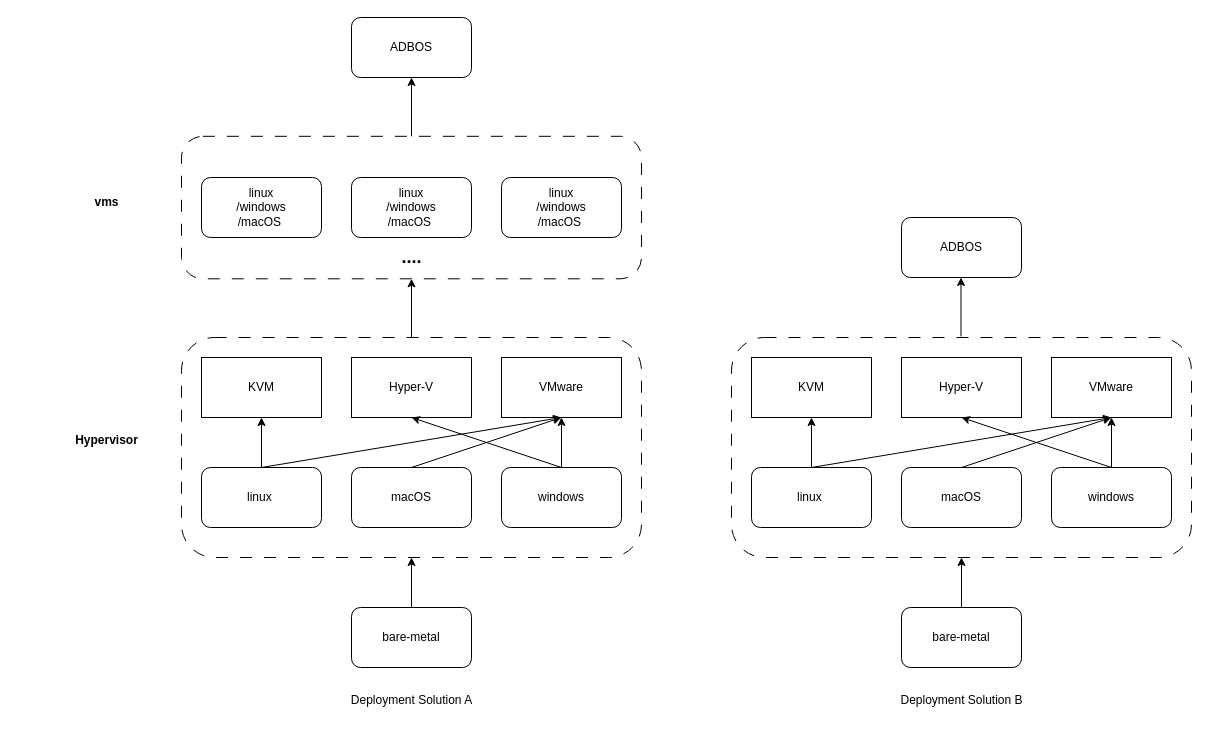
Earlier version of the draw.io diagram deployment.drawio (caihuayu0322/drawio-github). Source tidied: cells renumbered, new cells numbered last; positions are measured from the earlier drawing's top-left corner, leaving out a move shared by most shapes. Both pictures are drawn from the tidied source at 100%, with x=0, y=0 at pixel (61, 17).
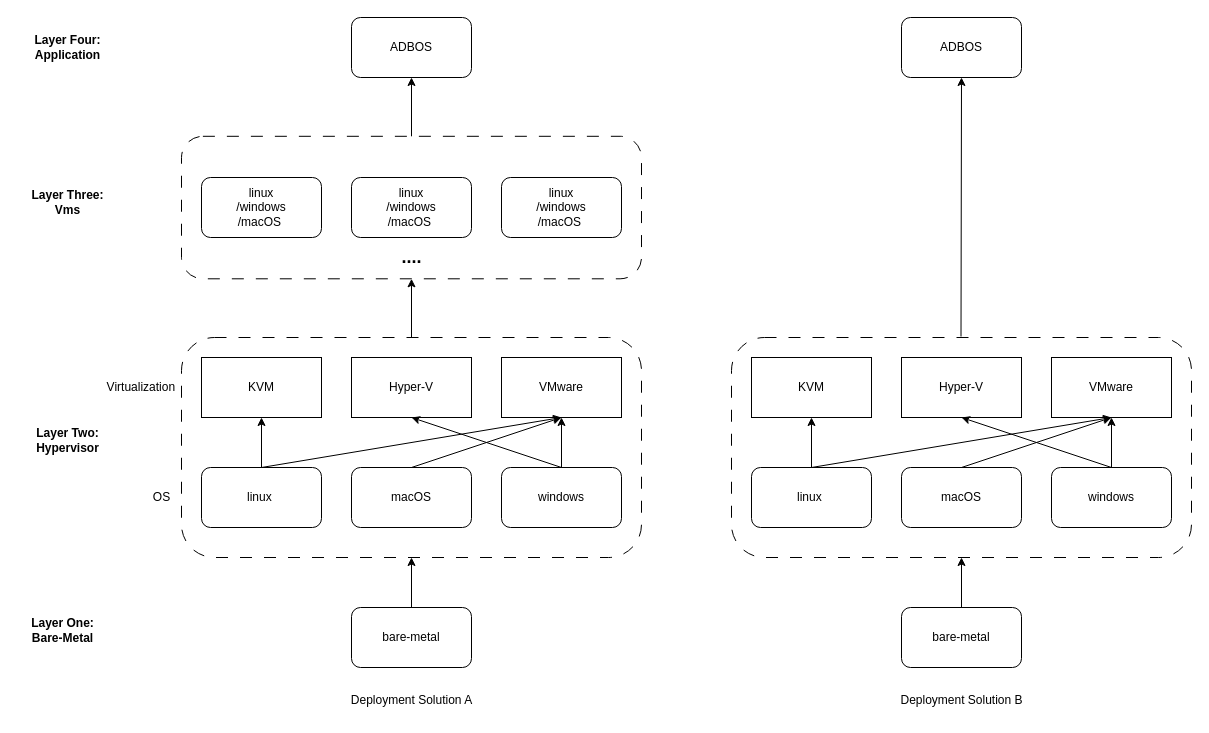
The same page after the edit.

Change to the diagram source:
```diff
@@
-    <mxCell id="38" style="endArrow=classic;html=1;rounded=0;exitX=0.5;exitY=0;exitDx=0;exitDy=0;entryX=0.5;entryY=1;entryDx=0;entryDy=0;" parent="1" edge="1">
+    <mxCell id="38" style="endArrow=classic;html=1;rounded=0;exitX=0.5;exitY=0;exitDx=0;exitDy=0;entryX=0.5;entryY=1;entryDx=0;entryDy=0;" parent="1" edge="1" target="39">
       <mxGeometry relative="1" as="geometry">
         <mxPoint x="899.5" y="319" as="sourcePoint" />
-        <mxPoint x="899.5" y="260" as="targetPoint" />
       </mxGeometry>
     </mxCell>
     <mxCell id="39" value="ADBOS" style="rounded=1;whiteSpace=wrap;html=1;" parent="1" vertex="1">
-      <mxGeometry x="840" y="200" width="120" height="60" as="geometry" />
+      <mxGeometry x="840" width="120" height="60" as="geometry" />
     </mxCell>
-    <mxCell id="40" value="&lt;b&gt;Hypervisor&lt;/b&gt;" style="text;html=1;align=center;verticalAlign=middle;strokeColor=none;fillColor=none;" parent="1" vertex="1">
-      <mxGeometry y="408" width="90" height="30" as="geometry" />
+    <mxCell id="40" value="&lt;b&gt;Layer Two:&lt;br&gt;Hypervisor&lt;/b&gt;" style="text;html=1;align=center;verticalAlign=middle;strokeColor=none;fillColor=none;" parent="1" vertex="1">
+      <mxGeometry x="-39" y="403" width="90" height="40" as="geometry" />
     </mxCell>
-    <mxCell id="41" value="&lt;b&gt;vms&lt;/b&gt;" style="text;html=1;align=center;verticalAlign=middle;strokeColor=none;fillColor=none;" parent="1" vertex="1">
-      <mxGeometry x="20" y="170" width="50" height="30" as="geometry" />
+    <mxCell id="41" value="&lt;b&gt;Layer Three:&lt;br&gt;Vms&lt;/b&gt;" style="text;html=1;align=center;verticalAlign=middle;strokeColor=none;fillColor=none;" parent="1" vertex="1">
+      <mxGeometry x="-44" y="165" width="100" height="40" as="geometry" />
     </mxCell>
@@
+    <mxCell id="44" value="Virtualization&amp;nbsp;" style="text;html=1;align=center;verticalAlign=middle;strokeColor=none;fillColor=none;" parent="1" vertex="1">
+      <mxGeometry x="31" y="355" width="100" height="30" as="geometry" />
+    </mxCell>
+    <mxCell id="45" value="OS" style="text;html=1;align=center;verticalAlign=middle;strokeColor=none;fillColor=none;" parent="1" vertex="1">
+      <mxGeometry x="80" y="465" width="40" height="30" as="geometry" />
+    </mxCell>
+    <mxCell id="46" value="Layer One:&lt;br&gt;Bare-Metal" style="text;html=1;align=center;verticalAlign=middle;strokeColor=none;fillColor=none;fontStyle=1;" parent="1" vertex="1">
+      <mxGeometry x="-44" y="593" width="90" height="40" as="geometry" />
+    </mxCell>
+    <mxCell id="47" value="&lt;b&gt;Layer Four:&lt;br&gt;Application&lt;br&gt;&lt;/b&gt;" style="text;html=1;align=center;verticalAlign=middle;strokeColor=none;fillColor=none;" parent="1" vertex="1">
+      <mxGeometry x="-39" y="10" width="90" height="40" as="geometry" />
+    </mxCell>
```
